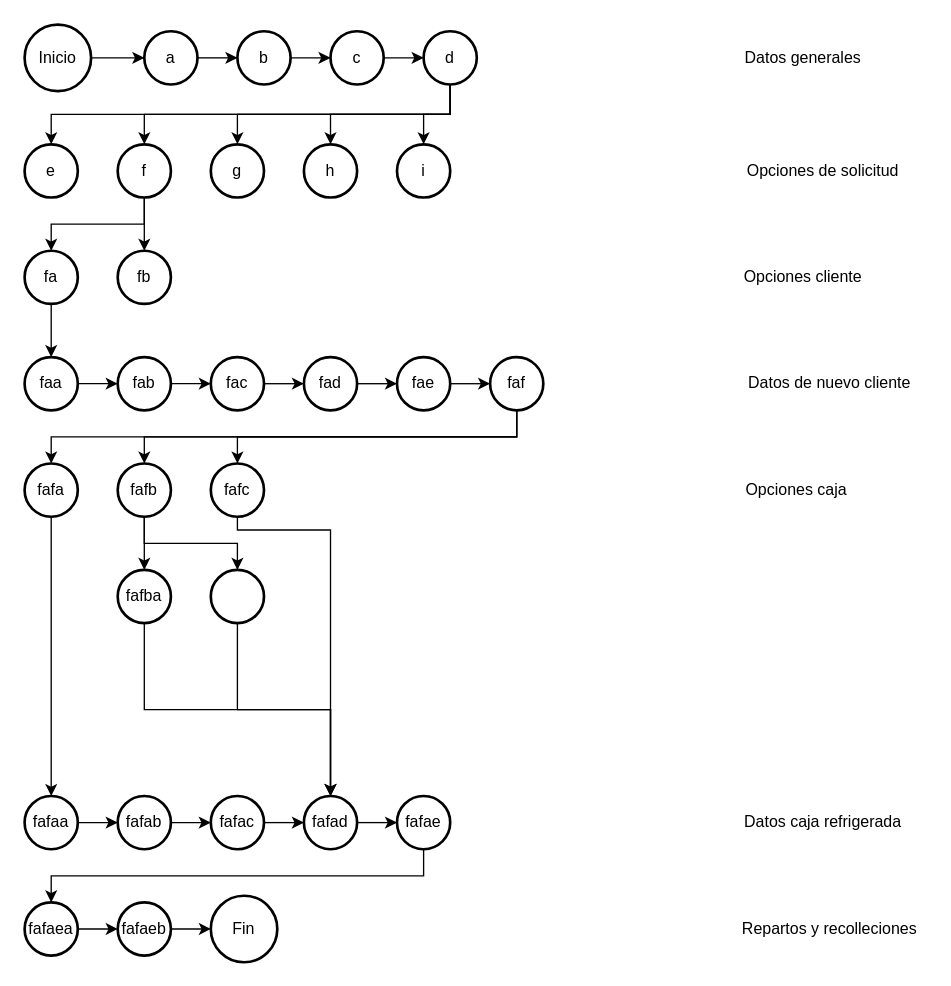
Before: EXPRESS/Estados_Chat.drawio in juan-tm/DIAGRAMAS, a draw.io diagram. Source tidied: cells renumbered, new cells numbered last; positions are measured from the earlier drawing's top-left corner, leaving out a move shared by most shapes. Both pictures are drawn from the tidied source at 133%, with x=0, y=0 at pixel (24, 24).
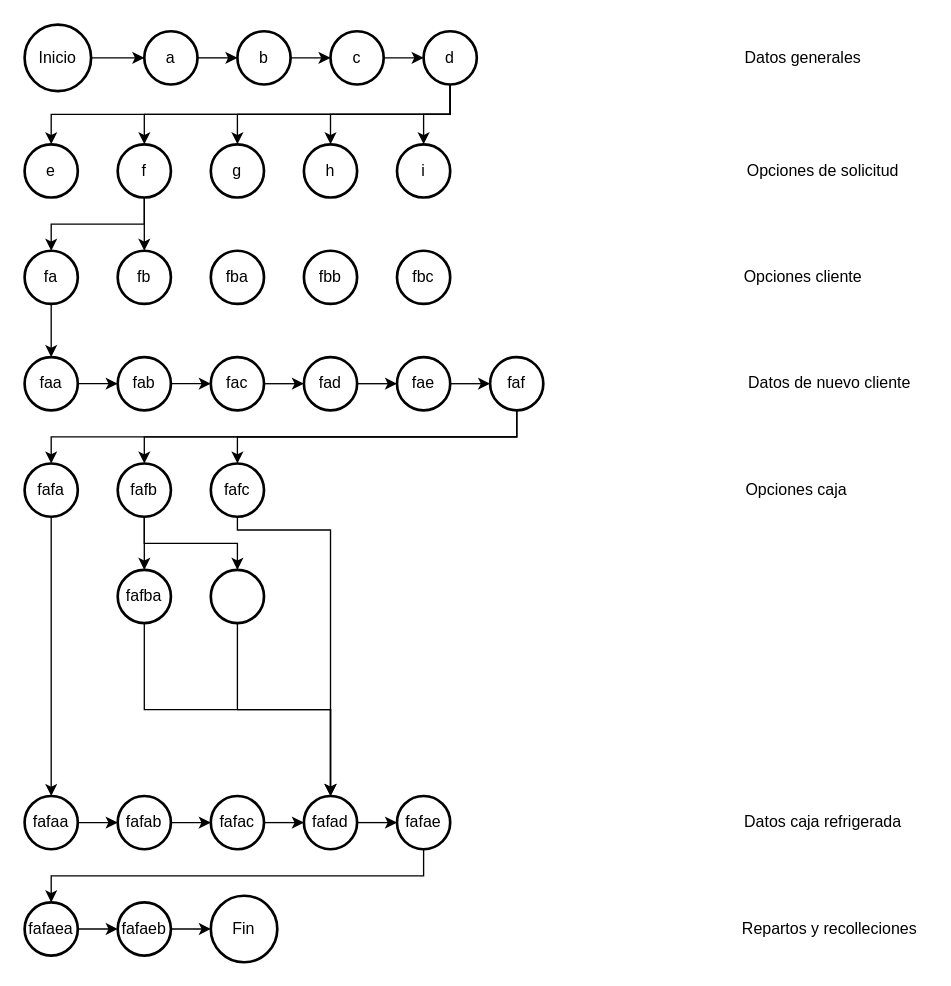
After the change.

Change to the diagram source:
```diff
@@
+    <mxCell id="73" value="fba" style="strokeWidth=2;html=1;shape=mxgraph.flowchart.start_2;whiteSpace=wrap;" parent="1" vertex="1">
+      <mxGeometry x="140" y="170" width="40" height="40" as="geometry" />
+    </mxCell>
+    <mxCell id="74" value="fbb" style="strokeWidth=2;html=1;shape=mxgraph.flowchart.start_2;whiteSpace=wrap;" parent="1" vertex="1">
+      <mxGeometry x="210" y="170" width="40" height="40" as="geometry" />
+    </mxCell>
+    <mxCell id="75" value="fbc" style="strokeWidth=2;html=1;shape=mxgraph.flowchart.start_2;whiteSpace=wrap;" parent="1" vertex="1">
+      <mxGeometry x="280" y="170" width="40" height="40" as="geometry" />
+    </mxCell>
```
